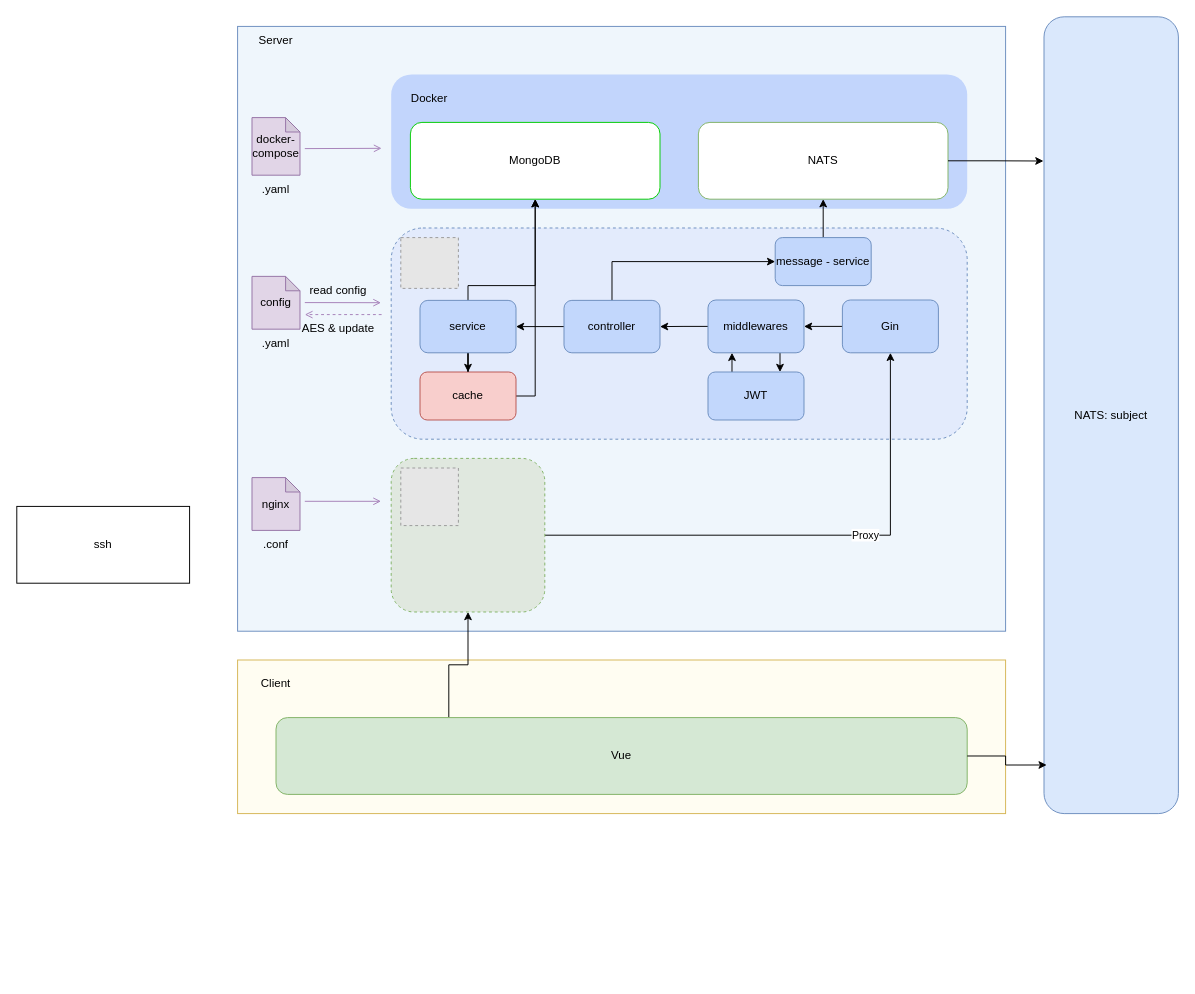
Earlier version of the draw.io diagram Draw/shenong.drawio (Zhangbokai614/draw). Source tidied: cells renumbered, new cells numbered last; positions are measured from the earlier drawing's top-left corner, leaving out a move shared by most shapes. Both pictures are drawn from the tidied source at 96%, with x=0, y=0 at pixel (16, 16). Pictures stored in the file or linked from it are replaced by grey dashed boxes.
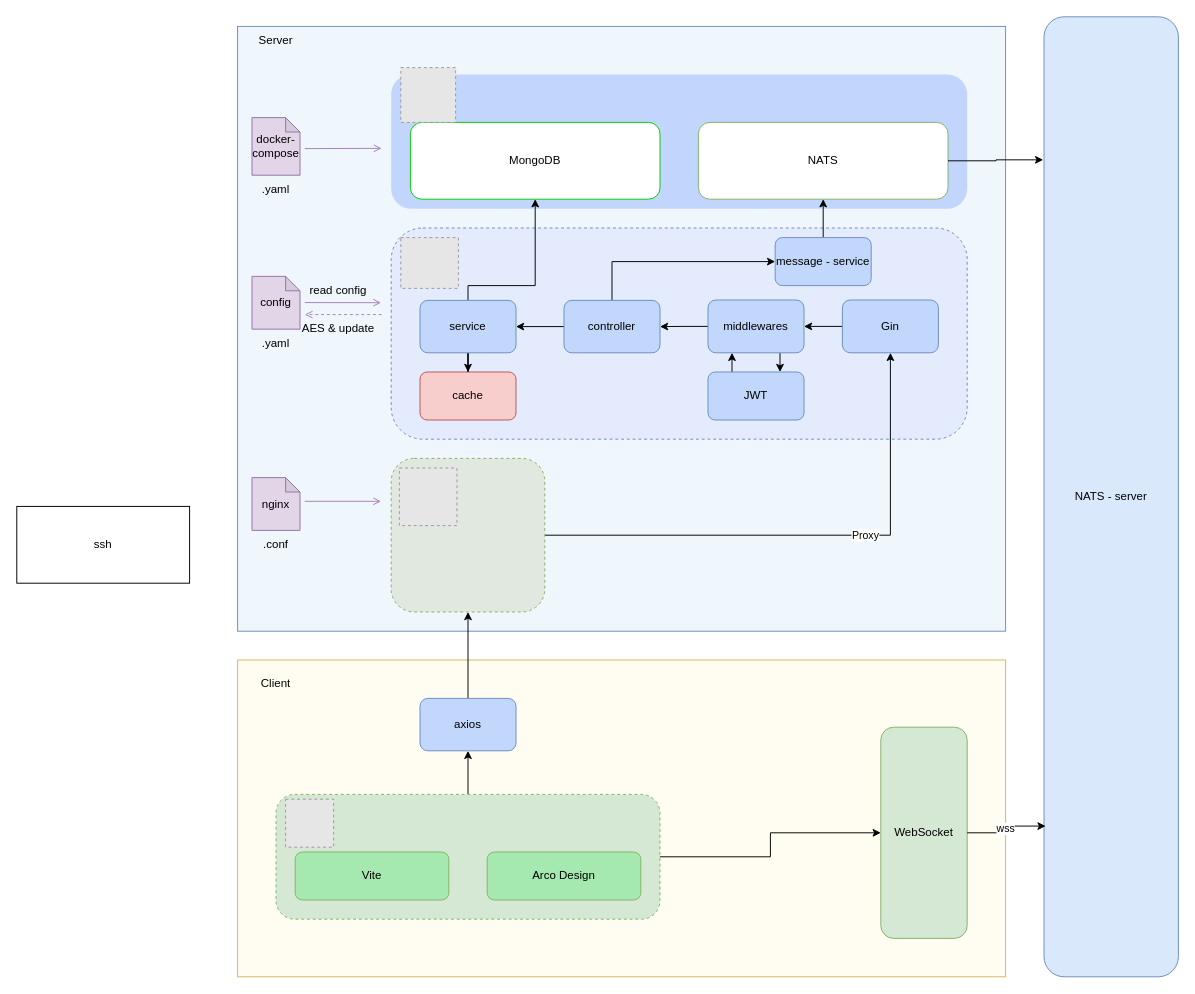
After the change.

Unchanged cells that the change refers to:
```xml
<mxCell id="9" value="cache" style="rounded=1;whiteSpace=wrap;html=1;fillColor=#f8cecc;strokeColor=#b85450;" parent="1" vertex="1">
  <mxGeometry x="420" y="370" width="100" height="50" as="geometry" />
</mxCell>
<mxCell id="24" value="MongoDB" style="rounded=1;whiteSpace=wrap;html=1;strokeColor=#00CC00;" parent="1" vertex="1">
  <mxGeometry x="410" y="110" width="260" height="80" as="geometry" />
</mxCell>
<mxCell id="25" value="NATS" style="rounded=1;whiteSpace=wrap;html=1;fillColor=default;strokeColor=#82b366;" parent="1" vertex="1">
  <mxGeometry x="710" y="110" width="260" height="80" as="geometry" />
</mxCell>
<mxCell id="40" style="rounded=1;whiteSpace=wrap;html=1;fillColor=#E0E8DF;strokeColor=#82b366;dashed=1;" parent="1" vertex="1">
  <mxGeometry x="390" y="460" width="160" height="160" as="geometry" />
</mxCell>
```

Change to the diagram source:
```diff
@@
     <mxCell id="4" style="rounded=0;whiteSpace=wrap;html=1;fillColor=#FFFDF2;strokeColor=#d6b656;" parent="1" vertex="1">
-      <mxGeometry x="230" y="670" width="800" height="160" as="geometry" />
+      <mxGeometry x="230" y="670" width="800" height="330" as="geometry" />
     </mxCell>
@@
-    <mxCell id="6" style="edgeStyle=orthogonalEdgeStyle;rounded=0;jettySize=auto;html=1;exitX=0.25;exitY=0;exitDx=0;exitDy=0;entryX=0.5;entryY=1;entryDx=0;entryDy=0;" parent="1" edge="1" source="7" target="40">
-      <mxGeometry relative="1" as="geometry" />
-    </mxCell>
+    <mxCell id="51" style="edgeStyle=orthogonalEdgeStyle;rounded=0;jettySize=auto;html=1;exitX=0.5;exitY=0;exitDx=0;exitDy=0;" parent="1" edge="1" source="7" target="59">
+      <mxGeometry relative="1" as="geometry" />
+    </mxCell>
+    <mxCell id="52" style="edgeStyle=orthogonalEdgeStyle;rounded=0;jettySize=auto;html=1;exitX=1;exitY=0.5;exitDx=0;exitDy=0;" parent="1" edge="1" source="7" target="54">
+      <mxGeometry relative="1" as="geometry" />
+    </mxCell>
-    <mxCell id="7" value="Vue" style="rounded=1;whiteSpace=wrap;html=1;fillColor=#d5e8d4;strokeColor=#82b366;" parent="1" vertex="1">
-      <mxGeometry x="270" y="730" width="720" height="80" as="geometry" />
+    <mxCell id="7" style="rounded=1;whiteSpace=wrap;html=1;fillColor=#d5e8d4;strokeColor=#82b366;dashed=1;" parent="1" vertex="1">
+      <mxGeometry x="270" y="810" width="400" height="130" as="geometry" />
     </mxCell>
-    <mxCell id="8" style="edgeStyle=orthogonalEdgeStyle;rounded=0;jettySize=auto;html=1;exitX=1;exitY=0.5;exitDx=0;exitDy=0;entryX=0.5;entryY=1;entryDx=0;entryDy=0;" parent="1" edge="1" source="9" target="24">
-      <mxGeometry relative="1" as="geometry" />
-    </mxCell>
@@
-    <mxCell id="26" value="Docker" style="text;html=1;strokeColor=none;fillColor=none;align=center;verticalAlign=middle;whiteSpace=wrap;rounded=0;" parent="1" vertex="1">
-      <mxGeometry x="400" y="70" width="60" height="30" as="geometry" />
-    </mxCell>
-    <mxCell id="27" value="NATS: subject" style="rounded=1;whiteSpace=wrap;html=1;fillColor=#dae8fc;strokeColor=#6c8ebf;" parent="1" vertex="1">
-      <mxGeometry x="1070" width="140" height="830" as="geometry" />
+    <mxCell id="27" value="NATS - server" style="rounded=1;whiteSpace=wrap;html=1;fillColor=#dae8fc;strokeColor=#6c8ebf;" parent="1" vertex="1">
+      <mxGeometry x="1070" width="140" height="1000" as="geometry" />
     </mxCell>
@@
     <mxCell id="41" style="fillColor=#E6E6E6;strokeColor=#999999;dashed=1;verticalLabelPosition=bottom;verticalAlign=top;" parent="1" vertex="1">
-      <mxGeometry x="400" y="470" width="60" height="60" as="geometry" />
+      <mxGeometry x="398.5" y="470" width="60" height="60" as="geometry" />
     </mxCell>
@@
-    <mxCell id="45" style="edgeStyle=orthogonalEdgeStyle;rounded=0;jettySize=auto;html=1;entryX=0.02;entryY=0.939;entryDx=0;entryDy=0;entryPerimeter=0;" parent="1" edge="1" source="7" target="27">
-      <mxGeometry relative="1" as="geometry" />
-    </mxCell>
-    <mxCell id="46" style="edgeStyle=orthogonalEdgeStyle;rounded=0;jettySize=auto;html=1;exitX=1;exitY=0.5;exitDx=0;exitDy=0;entryX=-0.004;entryY=0.181;entryDx=0;entryDy=0;entryPerimeter=0;" parent="1" edge="1" source="25" target="27">
+    <mxCell id="46" style="edgeStyle=orthogonalEdgeStyle;rounded=0;jettySize=auto;html=1;exitX=1;exitY=0.5;exitDx=0;exitDy=0;entryX=-0.006;entryY=0.149;entryDx=0;entryDy=0;entryPerimeter=0;" parent="1" edge="1" source="25" target="27">
       <mxGeometry relative="1" as="geometry" />
     </mxCell>
@@
+    <mxCell id="53" value="Vite" style="rounded=1;whiteSpace=wrap;html=1;fillColor=#A5E8B0;strokeColor=#82b366;" parent="1" vertex="1">
+      <mxGeometry x="290" y="870" width="160" height="50" as="geometry" />
+    </mxCell>
+    <mxCell id="54" value="WebSocket" style="rounded=1;whiteSpace=wrap;html=1;fillColor=#d5e8d4;strokeColor=#82b366;" parent="1" vertex="1">
+      <mxGeometry x="900" y="740" width="90" height="220" as="geometry" />
+    </mxCell>
+    <mxCell id="55" style="fillColor=#E6E6E6;strokeColor=#999999;dashed=1;verticalLabelPosition=bottom;verticalAlign=top;" parent="1" vertex="1">
+      <mxGeometry x="280" y="815" width="50" height="50" as="geometry" />
+    </mxCell>
+    <mxCell id="56" value="Arco Design" style="rounded=1;whiteSpace=wrap;html=1;fillColor=#A5E8B0;strokeColor=#82b366;" parent="1" vertex="1">
+      <mxGeometry x="490" y="870" width="160" height="50" as="geometry" />
+    </mxCell>
+    <mxCell id="57" style="fillColor=#E6E6E6;strokeColor=#999999;dashed=1;verticalLabelPosition=bottom;verticalAlign=top;" parent="1" vertex="1">
+      <mxGeometry x="400" y="52.9" width="57.1" height="57.1" as="geometry" />
+    </mxCell>
+    <mxCell id="58" style="edgeStyle=orthogonalEdgeStyle;rounded=0;jettySize=auto;html=1;exitX=0.5;exitY=0;exitDx=0;exitDy=0;" parent="1" edge="1" source="59" target="40">
+      <mxGeometry relative="1" as="geometry" />
+    </mxCell>
+    <mxCell id="59" value="axios" style="rounded=1;whiteSpace=wrap;html=1;fillColor=#C2D7FC;strokeColor=#6c8ebf;" parent="1" vertex="1">
+      <mxGeometry x="420" y="710" width="100" height="54.6" as="geometry" />
+    </mxCell>
+    <mxCell id="60" value="wss" style="edgeStyle=orthogonalEdgeStyle;rounded=0;jettySize=auto;html=1;exitX=1;exitY=0.5;exitDx=0;exitDy=0;entryX=0.012;entryY=0.843;entryDx=0;entryDy=0;entryPerimeter=0;" parent="1" edge="1" source="54" target="27">
+      <mxGeometry relative="1" as="geometry" />
+    </mxCell>
```
